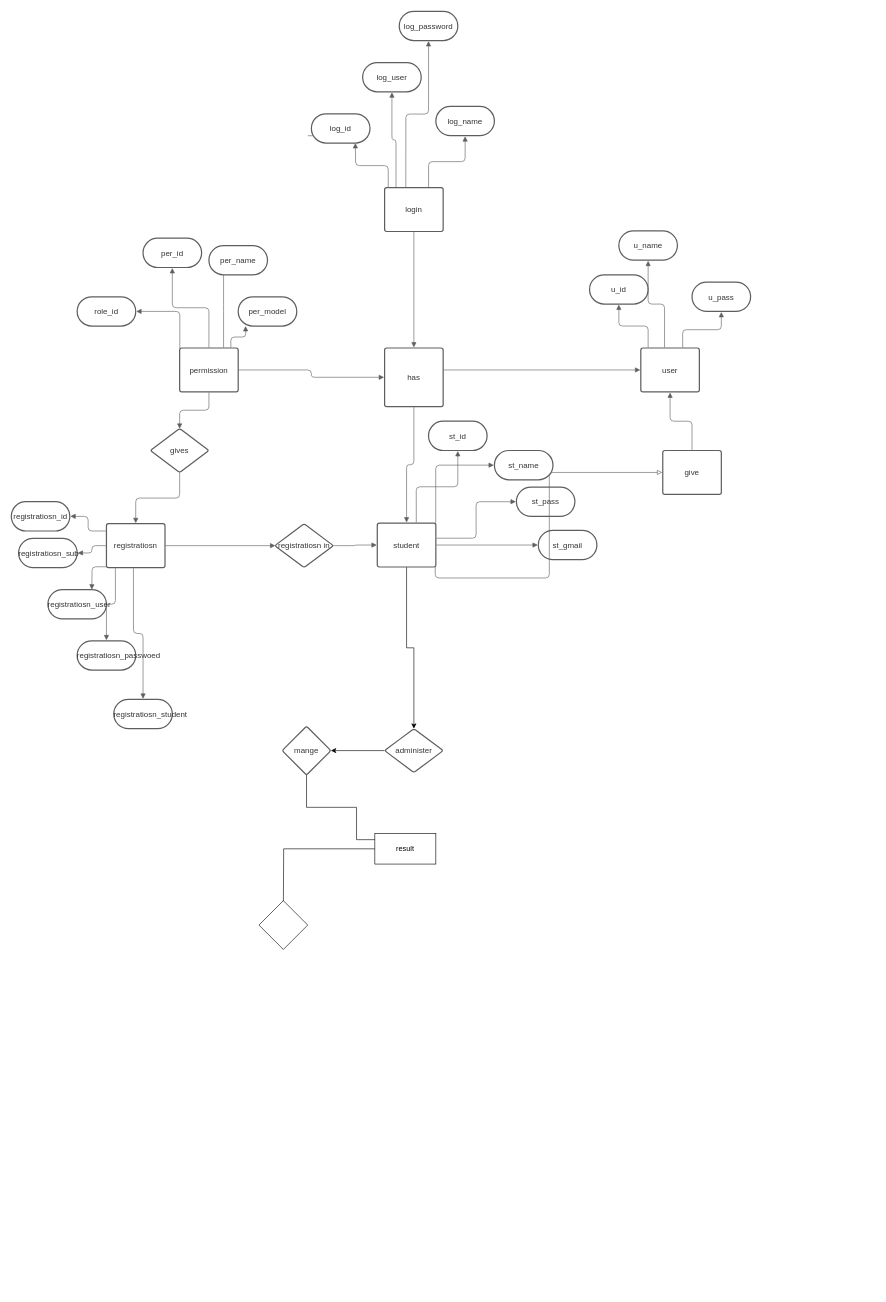
Before: Untitled Diagram.drawio in princekalsariya/test, a draw.io diagram. Source tidied: cells renumbered, new cells numbered last; positions are measured from the earlier drawing's top-left corner, leaving out a move shared by most shapes. Both pictures are drawn from the tidied source at 61%, with x=0, y=0 at pixel (11, 11).
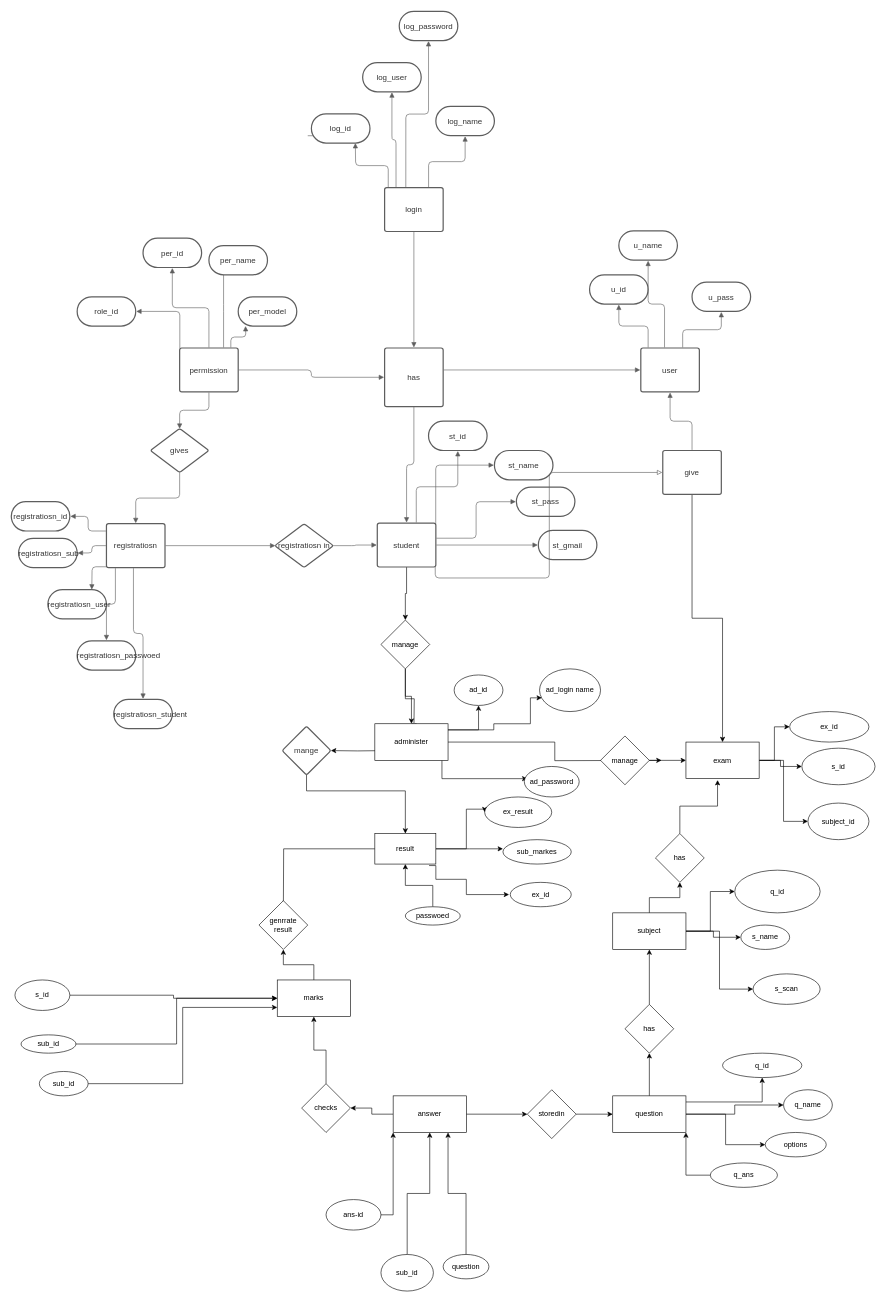
The same diagram, later.

Unchanged cells that the change refers to:
```xml
<mxCell id="42" value="student" style="html=1;overflow=block;whiteSpace=wrap;whiteSpace=wrap;fontSize=13;fontColor=#333333;spacing=7;strokeColor=#5e5e5e;strokeOpacity=100;rounded=1;absoluteArcSize=1;arcSize=7;strokeWidth=2;" parent="1" vertex="1">
  <mxGeometry x="600" y="839" width="96" height="72" as="geometry" />
</mxCell>
<mxCell id="53" value="give" style="html=1;overflow=block;whiteSpace=wrap;whiteSpace=wrap;fontSize=13;fontColor=#333333;spacing=7;strokeColor=#5e5e5e;strokeOpacity=100;rounded=1;absoluteArcSize=1;arcSize=7;strokeWidth=2;" parent="1" vertex="1">
  <mxGeometry x="1068" y="720" width="96" height="72" as="geometry" />
</mxCell>
<mxCell id="66" value="mange" style="rhombus;whiteSpace=wrap;html=1;rounded=1;fontSize=13;fontColor=#333333;strokeColor=#5e5e5e;strokeWidth=2;spacing=3;arcSize=7;" parent="1" vertex="1">
  <mxGeometry x="444" y="1172" width="80" height="80" as="geometry" />
</mxCell>
<mxCell id="68" value="result" style="whiteSpace=wrap;html=1;" parent="1" vertex="1">
  <mxGeometry x="596" y="1348" width="100" height="50" as="geometry" />
</mxCell>
```

The edit, as a diff of the source:
```diff
@@
-    <mxCell id="41" style="edgeStyle=orthogonalEdgeStyle;rounded=0;jettySize=auto;html=1;entryX=0.5;entryY=0;entryDx=0;entryDy=0;" parent="1" edge="1" source="42" target="64">
-      <mxGeometry relative="1" as="geometry" />
-    </mxCell>
+    <mxCell id="70" style="edgeStyle=orthogonalEdgeStyle;rounded=0;jettySize=auto;html=1;" parent="1" edge="1" source="42" target="78">
+      <mxGeometry relative="1" as="geometry" />
+    </mxCell>
@@
+    <mxCell id="71" style="edgeStyle=orthogonalEdgeStyle;rounded=0;jettySize=auto;html=1;entryX=0.5;entryY=0;entryDx=0;entryDy=0;" parent="1" edge="1" source="53" target="124">
+      <mxGeometry relative="1" as="geometry" />
+    </mxCell>
@@
-    <mxCell id="63" style="edgeStyle=orthogonalEdgeStyle;rounded=0;jettySize=auto;html=1;" parent="1" edge="1" source="64" target="66">
-      <mxGeometry relative="1" as="geometry" />
+    <mxCell id="63" style="edgeStyle=orthogonalEdgeStyle;rounded=0;jettySize=auto;html=1;" parent="1" edge="1" target="66">
+      <mxGeometry relative="1" as="geometry">
+        <mxPoint x="612" y="1212" as="sourcePoint" />
+      </mxGeometry>
     </mxCell>
-    <mxCell id="64" value="administer" style="html=1;overflow=block;whiteSpace=wrap;rhombus;whiteSpace=wrap;fontSize=13;fontColor=#333333;spacing=3;strokeColor=#5e5e5e;strokeOpacity=100;rounded=1;absoluteArcSize=1;arcSize=7;strokeWidth=2;" parent="1" vertex="1">
-      <mxGeometry x="612" y="1176" width="96" height="72" as="geometry" />
-    </mxCell>
-    <mxCell id="65" style="edgeStyle=orthogonalEdgeStyle;rounded=0;jettySize=auto;html=1;" parent="1" edge="1" source="66">
-      <mxGeometry relative="1" as="geometry">
-        <mxPoint x="656" y="1378" as="targetPoint" />
-        <Array as="points">
-          <mxPoint x="484" y="1305" />
-          <mxPoint x="566" y="1305" />
-          <mxPoint x="566" y="1358" />
-        </Array>
-      </mxGeometry>
-    </mxCell>
+    <mxCell id="72" style="edgeStyle=orthogonalEdgeStyle;rounded=0;jettySize=auto;html=1;entryX=0.5;entryY=0;entryDx=0;entryDy=0;" parent="1" edge="1" source="66" target="68">
+      <mxGeometry relative="1" as="geometry">
+        <Array as="points">
+          <mxPoint x="484" y="1278" />
+          <mxPoint x="646" y="1278" />
+        </Array>
+      </mxGeometry>
+    </mxCell>
@@
+    <mxCell id="73" style="edgeStyle=orthogonalEdgeStyle;rounded=0;jettySize=auto;html=1;entryX=0;entryY=0.5;entryDx=0;entryDy=0;" parent="1" edge="1" source="68" target="86">
+      <mxGeometry relative="1" as="geometry">
+        <Array as="points">
+          <mxPoint x="746" y="1373" />
+          <mxPoint x="746" y="1308" />
+          <mxPoint x="776" y="1308" />
+        </Array>
+      </mxGeometry>
+    </mxCell>
+    <mxCell id="74" style="edgeStyle=orthogonalEdgeStyle;rounded=0;jettySize=auto;html=1;" parent="1" edge="1" source="68">
+      <mxGeometry relative="1" as="geometry">
+        <mxPoint x="806" y="1373" as="targetPoint" />
+      </mxGeometry>
+    </mxCell>
+    <mxCell id="75" style="edgeStyle=orthogonalEdgeStyle;rounded=0;jettySize=auto;html=1;exitX=0.889;exitY=1.049;exitDx=0;exitDy=0;exitPerimeter=0;" parent="1" edge="1" source="68">
+      <mxGeometry relative="1" as="geometry">
+        <mxPoint x="816" y="1448" as="targetPoint" />
+        <Array as="points">
+          <mxPoint x="696" y="1401" />
+          <mxPoint x="696" y="1423" />
+          <mxPoint x="746" y="1423" />
+          <mxPoint x="746" y="1448" />
+        </Array>
+      </mxGeometry>
+    </mxCell>
@@
-    <mxCell id="69" style="rhombus;whiteSpace=wrap;html=1;" parent="1" vertex="1">
+    <mxCell id="69" value="genrrate&lt;br&gt;result&lt;br&gt;" style="rhombus;whiteSpace=wrap;html=1;" parent="1" vertex="1">
       <mxGeometry x="406" y="1458" width="80" height="80" as="geometry" />
     </mxCell>
+    <mxCell id="76" style="edgeStyle=orthogonalEdgeStyle;rounded=0;jettySize=auto;html=1;" parent="1" edge="1" source="78">
+      <mxGeometry relative="1" as="geometry">
+        <mxPoint x="660.1" y="1176" as="targetPoint" />
+      </mxGeometry>
+    </mxCell>
+    <mxCell id="77" style="edgeStyle=orthogonalEdgeStyle;rounded=0;jettySize=auto;html=1;" parent="1" edge="1" source="78" target="64">
+      <mxGeometry relative="1" as="geometry" />
+    </mxCell>
+    <mxCell id="78" value="manage" style="rhombus;whiteSpace=wrap;html=1;" parent="1" vertex="1">
+      <mxGeometry x="606" y="998" width="80" height="80" as="geometry" />
+    </mxCell>
+    <mxCell id="79" style="edgeStyle=orthogonalEdgeStyle;rounded=0;jettySize=auto;html=1;entryX=0.5;entryY=1;entryDx=0;entryDy=0;" parent="1" edge="1" source="64" target="83">
+      <mxGeometry relative="1" as="geometry">
+        <Array as="points">
+          <mxPoint x="766" y="1178" />
+        </Array>
+      </mxGeometry>
+    </mxCell>
+    <mxCell id="80" style="edgeStyle=orthogonalEdgeStyle;rounded=0;jettySize=auto;html=1;entryX=0.038;entryY=0.679;entryDx=0;entryDy=0;entryPerimeter=0;" parent="1" edge="1" source="64" target="84">
+      <mxGeometry relative="1" as="geometry">
+        <Array as="points">
+          <mxPoint x="791" y="1178" />
+          <mxPoint x="791" y="1168" />
+          <mxPoint x="851" y="1168" />
+          <mxPoint x="851" y="1126" />
+        </Array>
+      </mxGeometry>
+    </mxCell>
+    <mxCell id="81" style="edgeStyle=orthogonalEdgeStyle;rounded=0;jettySize=auto;html=1;" parent="1" edge="1" source="64">
+      <mxGeometry relative="1" as="geometry">
+        <mxPoint x="846" y="1258" as="targetPoint" />
+        <Array as="points">
+          <mxPoint x="706" y="1258" />
+        </Array>
+      </mxGeometry>
+    </mxCell>
+    <mxCell id="82" style="edgeStyle=orthogonalEdgeStyle;rounded=0;jettySize=auto;html=1;" parent="1" edge="1" source="64">
+      <mxGeometry relative="1" as="geometry">
+        <mxPoint x="1066" y="1228" as="targetPoint" />
+      </mxGeometry>
+    </mxCell>
+    <mxCell id="64" value="administer" style="whiteSpace=wrap;html=1;" parent="1" vertex="1">
+      <mxGeometry x="596" y="1168" width="120" height="60" as="geometry" />
+    </mxCell>
+    <mxCell id="83" value="ad_id" style="ellipse;whiteSpace=wrap;html=1;" parent="1" vertex="1">
+      <mxGeometry x="726" y="1088" width="80" height="50" as="geometry" />
+    </mxCell>
+    <mxCell id="84" value="ad_login name" style="ellipse;whiteSpace=wrap;html=1;" parent="1" vertex="1">
+      <mxGeometry x="866" y="1078" width="100" height="70" as="geometry" />
+    </mxCell>
+    <mxCell id="85" value="ad_password" style="ellipse;whiteSpace=wrap;html=1;" parent="1" vertex="1">
+      <mxGeometry x="841" y="1238" width="90" height="50" as="geometry" />
+    </mxCell>
+    <mxCell id="86" value="ex_result" style="ellipse;whiteSpace=wrap;html=1;" parent="1" vertex="1">
+      <mxGeometry x="776" y="1288" width="110" height="50" as="geometry" />
+    </mxCell>
+    <mxCell id="87" value="sub_markes" style="ellipse;whiteSpace=wrap;html=1;" parent="1" vertex="1">
+      <mxGeometry x="806" y="1358" width="112" height="40" as="geometry" />
+    </mxCell>
+    <mxCell id="88" value="ex_id" style="ellipse;whiteSpace=wrap;html=1;" parent="1" vertex="1">
+      <mxGeometry x="818" y="1428" width="100" height="40" as="geometry" />
+    </mxCell>
+    <mxCell id="89" style="edgeStyle=orthogonalEdgeStyle;rounded=0;jettySize=auto;html=1;" parent="1" edge="1" source="90" target="68">
+      <mxGeometry relative="1" as="geometry" />
+    </mxCell>
+    <mxCell id="90" value="passwoed" style="ellipse;whiteSpace=wrap;html=1;" parent="1" vertex="1">
+      <mxGeometry x="646" y="1468" width="90" height="30" as="geometry" />
+    </mxCell>
+    <mxCell id="91" style="edgeStyle=orthogonalEdgeStyle;rounded=0;jettySize=auto;html=1;" parent="1" edge="1" source="92" target="69">
+      <mxGeometry relative="1" as="geometry" />
+    </mxCell>
+    <mxCell id="92" value="marks" style="whiteSpace=wrap;html=1;" parent="1" vertex="1">
+      <mxGeometry x="436" y="1588" width="120" height="60" as="geometry" />
+    </mxCell>
+    <mxCell id="93" style="edgeStyle=orthogonalEdgeStyle;rounded=0;jettySize=auto;html=1;" parent="1" edge="1" source="94" target="92">
+      <mxGeometry relative="1" as="geometry" />
+    </mxCell>
+    <mxCell id="94" value="checks" style="rhombus;whiteSpace=wrap;html=1;" parent="1" vertex="1">
+      <mxGeometry x="476" y="1758" width="80" height="80" as="geometry" />
+    </mxCell>
+    <mxCell id="95" style="edgeStyle=orthogonalEdgeStyle;rounded=0;jettySize=auto;html=1;entryX=0;entryY=0.5;entryDx=0;entryDy=0;" parent="1" edge="1" source="96" target="92">
+      <mxGeometry relative="1" as="geometry" />
+    </mxCell>
+    <mxCell id="96" value="s_id" style="ellipse;whiteSpace=wrap;html=1;" parent="1" vertex="1">
+      <mxGeometry x="6" y="1588" width="90" height="50" as="geometry" />
+    </mxCell>
+    <mxCell id="97" style="edgeStyle=orthogonalEdgeStyle;rounded=0;jettySize=auto;html=1;entryX=0;entryY=0.5;entryDx=0;entryDy=0;" parent="1" edge="1" source="98" target="92">
+      <mxGeometry relative="1" as="geometry" />
+    </mxCell>
+    <mxCell id="98" value="sub_id" style="ellipse;whiteSpace=wrap;html=1;" parent="1" vertex="1">
+      <mxGeometry x="16" y="1678" width="90" height="30" as="geometry" />
+    </mxCell>
+    <mxCell id="99" style="edgeStyle=orthogonalEdgeStyle;rounded=0;jettySize=auto;html=1;entryX=0;entryY=0.75;entryDx=0;entryDy=0;" parent="1" edge="1" source="100" target="92">
+      <mxGeometry relative="1" as="geometry" />
+    </mxCell>
+    <mxCell id="100" value="sub_id" style="ellipse;whiteSpace=wrap;html=1;" parent="1" vertex="1">
+      <mxGeometry x="46" y="1738" width="80" height="40" as="geometry" />
+    </mxCell>
+    <mxCell id="101" style="edgeStyle=orthogonalEdgeStyle;rounded=0;jettySize=auto;html=1;" parent="1" edge="1" source="103" target="94">
+      <mxGeometry relative="1" as="geometry" />
+    </mxCell>
+    <mxCell id="102" style="edgeStyle=orthogonalEdgeStyle;rounded=0;jettySize=auto;html=1;" parent="1" edge="1" source="103" target="111">
+      <mxGeometry relative="1" as="geometry" />
+    </mxCell>
+    <mxCell id="103" value="answer" style="whiteSpace=wrap;html=1;" parent="1" vertex="1">
+      <mxGeometry x="626" y="1778" width="120" height="60" as="geometry" />
+    </mxCell>
+    <mxCell id="104" style="edgeStyle=orthogonalEdgeStyle;rounded=0;jettySize=auto;html=1;" parent="1" edge="1" source="105" target="103">
+      <mxGeometry relative="1" as="geometry">
+        <Array as="points">
+          <mxPoint x="626" y="1973" />
+        </Array>
+      </mxGeometry>
+    </mxCell>
+    <mxCell id="105" value="ans-id" style="ellipse;whiteSpace=wrap;html=1;" parent="1" vertex="1">
+      <mxGeometry x="516" y="1948" width="90" height="50" as="geometry" />
+    </mxCell>
+    <mxCell id="106" style="edgeStyle=orthogonalEdgeStyle;rounded=0;jettySize=auto;html=1;" parent="1" edge="1" source="107" target="103">
+      <mxGeometry relative="1" as="geometry" />
+    </mxCell>
+    <mxCell id="107" value="sub_id" style="ellipse;whiteSpace=wrap;html=1;" parent="1" vertex="1">
+      <mxGeometry x="606" y="2038" width="86" height="60" as="geometry" />
+    </mxCell>
+    <mxCell id="108" style="edgeStyle=orthogonalEdgeStyle;rounded=0;jettySize=auto;html=1;entryX=0.75;entryY=1;entryDx=0;entryDy=0;" parent="1" edge="1" source="109" target="103">
+      <mxGeometry relative="1" as="geometry" />
+    </mxCell>
+    <mxCell id="109" value="question" style="ellipse;whiteSpace=wrap;html=1;" parent="1" vertex="1">
+      <mxGeometry x="708" y="2038" width="75" height="40" as="geometry" />
+    </mxCell>
+    <mxCell id="110" style="edgeStyle=orthogonalEdgeStyle;rounded=0;jettySize=auto;html=1;" parent="1" edge="1" source="111" target="116">
+      <mxGeometry relative="1" as="geometry" />
+    </mxCell>
+    <mxCell id="111" value="storedin" style="rhombus;whiteSpace=wrap;html=1;" parent="1" vertex="1">
+      <mxGeometry x="846" y="1768" width="80" height="80" as="geometry" />
+    </mxCell>
+    <mxCell id="112" style="edgeStyle=orthogonalEdgeStyle;rounded=0;jettySize=auto;html=1;" parent="1" edge="1" source="116" target="118">
+      <mxGeometry relative="1" as="geometry" />
+    </mxCell>
+    <mxCell id="113" style="edgeStyle=orthogonalEdgeStyle;rounded=0;jettySize=auto;html=1;" parent="1" edge="1" source="116" target="138">
+      <mxGeometry relative="1" as="geometry">
+        <Array as="points">
+          <mxPoint x="1231" y="1788" />
+        </Array>
+      </mxGeometry>
+    </mxCell>
+    <mxCell id="114" style="edgeStyle=orthogonalEdgeStyle;rounded=0;jettySize=auto;html=1;entryX=0;entryY=0.5;entryDx=0;entryDy=0;" parent="1" edge="1" source="116" target="139">
+      <mxGeometry relative="1" as="geometry" />
+    </mxCell>
+    <mxCell id="115" style="edgeStyle=orthogonalEdgeStyle;rounded=0;jettySize=auto;html=1;entryX=0;entryY=0.5;entryDx=0;entryDy=0;" parent="1" edge="1" source="116" target="140">
+      <mxGeometry relative="1" as="geometry" />
+    </mxCell>
+    <mxCell id="116" value="question" style="whiteSpace=wrap;html=1;" parent="1" vertex="1">
+      <mxGeometry x="986" y="1778" width="120" height="60" as="geometry" />
+    </mxCell>
+    <mxCell id="117" style="edgeStyle=orthogonalEdgeStyle;rounded=0;jettySize=auto;html=1;" parent="1" edge="1" source="118" target="129">
+      <mxGeometry relative="1" as="geometry" />
+    </mxCell>
+    <mxCell id="118" value="has" style="rhombus;whiteSpace=wrap;html=1;" parent="1" vertex="1">
+      <mxGeometry x="1006" y="1628" width="80" height="80" as="geometry" />
+    </mxCell>
+    <mxCell id="119" style="edgeStyle=orthogonalEdgeStyle;rounded=0;jettySize=auto;html=1;" parent="1" edge="1" source="120" target="124">
+      <mxGeometry relative="1" as="geometry" />
+    </mxCell>
+    <mxCell id="120" value="manage" style="rhombus;whiteSpace=wrap;html=1;" parent="1" vertex="1">
+      <mxGeometry x="966" y="1188" width="80" height="80" as="geometry" />
+    </mxCell>
+    <mxCell id="121" style="edgeStyle=orthogonalEdgeStyle;rounded=0;jettySize=auto;html=1;" parent="1" edge="1" source="124" target="132">
+      <mxGeometry relative="1" as="geometry" />
+    </mxCell>
+    <mxCell id="122" style="edgeStyle=orthogonalEdgeStyle;rounded=0;jettySize=auto;html=1;entryX=0;entryY=0.5;entryDx=0;entryDy=0;" parent="1" edge="1" source="124" target="133">
+      <mxGeometry relative="1" as="geometry" />
+    </mxCell>
+    <mxCell id="123" style="edgeStyle=orthogonalEdgeStyle;rounded=0;jettySize=auto;html=1;entryX=0;entryY=0.5;entryDx=0;entryDy=0;" parent="1" edge="1" source="124" target="134">
+      <mxGeometry relative="1" as="geometry" />
+    </mxCell>
+    <mxCell id="124" value="exam" style="whiteSpace=wrap;html=1;" parent="1" vertex="1">
+      <mxGeometry x="1106" y="1198" width="120" height="60" as="geometry" />
+    </mxCell>
+    <mxCell id="125" style="edgeStyle=orthogonalEdgeStyle;rounded=0;jettySize=auto;html=1;" parent="1" edge="1" source="129" target="131">
+      <mxGeometry relative="1" as="geometry" />
+    </mxCell>
+    <mxCell id="126" style="edgeStyle=orthogonalEdgeStyle;rounded=0;jettySize=auto;html=1;" parent="1" edge="1" source="129" target="135">
+      <mxGeometry relative="1" as="geometry" />
+    </mxCell>
+    <mxCell id="127" style="edgeStyle=orthogonalEdgeStyle;rounded=0;jettySize=auto;html=1;entryX=0;entryY=0.5;entryDx=0;entryDy=0;" parent="1" edge="1" source="129" target="136">
+      <mxGeometry relative="1" as="geometry" />
+    </mxCell>
+    <mxCell id="128" style="edgeStyle=orthogonalEdgeStyle;rounded=0;jettySize=auto;html=1;entryX=0;entryY=0.5;entryDx=0;entryDy=0;" parent="1" edge="1" source="129" target="137">
+      <mxGeometry relative="1" as="geometry" />
+    </mxCell>
+    <mxCell id="129" value="subject" style="whiteSpace=wrap;html=1;" parent="1" vertex="1">
+      <mxGeometry x="986" y="1478" width="120" height="60" as="geometry" />
+    </mxCell>
+    <mxCell id="130" style="edgeStyle=orthogonalEdgeStyle;rounded=0;jettySize=auto;html=1;entryX=0.432;entryY=1.039;entryDx=0;entryDy=0;entryPerimeter=0;" parent="1" edge="1" source="131" target="124">
+      <mxGeometry relative="1" as="geometry" />
+    </mxCell>
+    <mxCell id="131" value="has" style="rhombus;whiteSpace=wrap;html=1;" parent="1" vertex="1">
+      <mxGeometry x="1056" y="1348" width="80" height="80" as="geometry" />
+    </mxCell>
+    <mxCell id="132" value="ex_id" style="ellipse;whiteSpace=wrap;html=1;" parent="1" vertex="1">
+      <mxGeometry x="1276" y="1148" width="130" height="50" as="geometry" />
+    </mxCell>
+    <mxCell id="133" value="s_id" style="ellipse;whiteSpace=wrap;html=1;" parent="1" vertex="1">
+      <mxGeometry x="1296" y="1208" width="120" height="60" as="geometry" />
+    </mxCell>
+    <mxCell id="134" value="subject_id" style="ellipse;whiteSpace=wrap;html=1;" parent="1" vertex="1">
+      <mxGeometry x="1306" y="1298" width="100" height="60" as="geometry" />
+    </mxCell>
+    <mxCell id="135" value="q_id" style="ellipse;whiteSpace=wrap;html=1;" parent="1" vertex="1">
+      <mxGeometry x="1186" y="1408" width="140" height="70" as="geometry" />
+    </mxCell>
+    <mxCell id="136" value="s_name" style="ellipse;whiteSpace=wrap;html=1;" parent="1" vertex="1">
+      <mxGeometry x="1196" y="1498" width="80" height="40" as="geometry" />
+    </mxCell>
+    <mxCell id="137" value="s_scan" style="ellipse;whiteSpace=wrap;html=1;" parent="1" vertex="1">
+      <mxGeometry x="1216" y="1578" width="110" height="50" as="geometry" />
+    </mxCell>
+    <mxCell id="138" value="q_id" style="ellipse;whiteSpace=wrap;html=1;" parent="1" vertex="1">
+      <mxGeometry x="1166" y="1708" width="130" height="40" as="geometry" />
+    </mxCell>
+    <mxCell id="139" value="q_name" style="ellipse;whiteSpace=wrap;html=1;" parent="1" vertex="1">
+      <mxGeometry x="1266" y="1768" width="80" height="50" as="geometry" />
+    </mxCell>
+    <mxCell id="140" value="options" style="ellipse;whiteSpace=wrap;html=1;" parent="1" vertex="1">
+      <mxGeometry x="1236" y="1838" width="100" height="40" as="geometry" />
+    </mxCell>
+    <mxCell id="141" style="edgeStyle=orthogonalEdgeStyle;rounded=0;jettySize=auto;html=1;entryX=1;entryY=1;entryDx=0;entryDy=0;" parent="1" edge="1" source="142" target="116">
+      <mxGeometry relative="1" as="geometry" />
+    </mxCell>
+    <mxCell id="142" value="q_ans" style="ellipse;whiteSpace=wrap;html=1;" parent="1" vertex="1">
+      <mxGeometry x="1146" y="1888" width="110" height="40" as="geometry" />
+    </mxCell>
```
